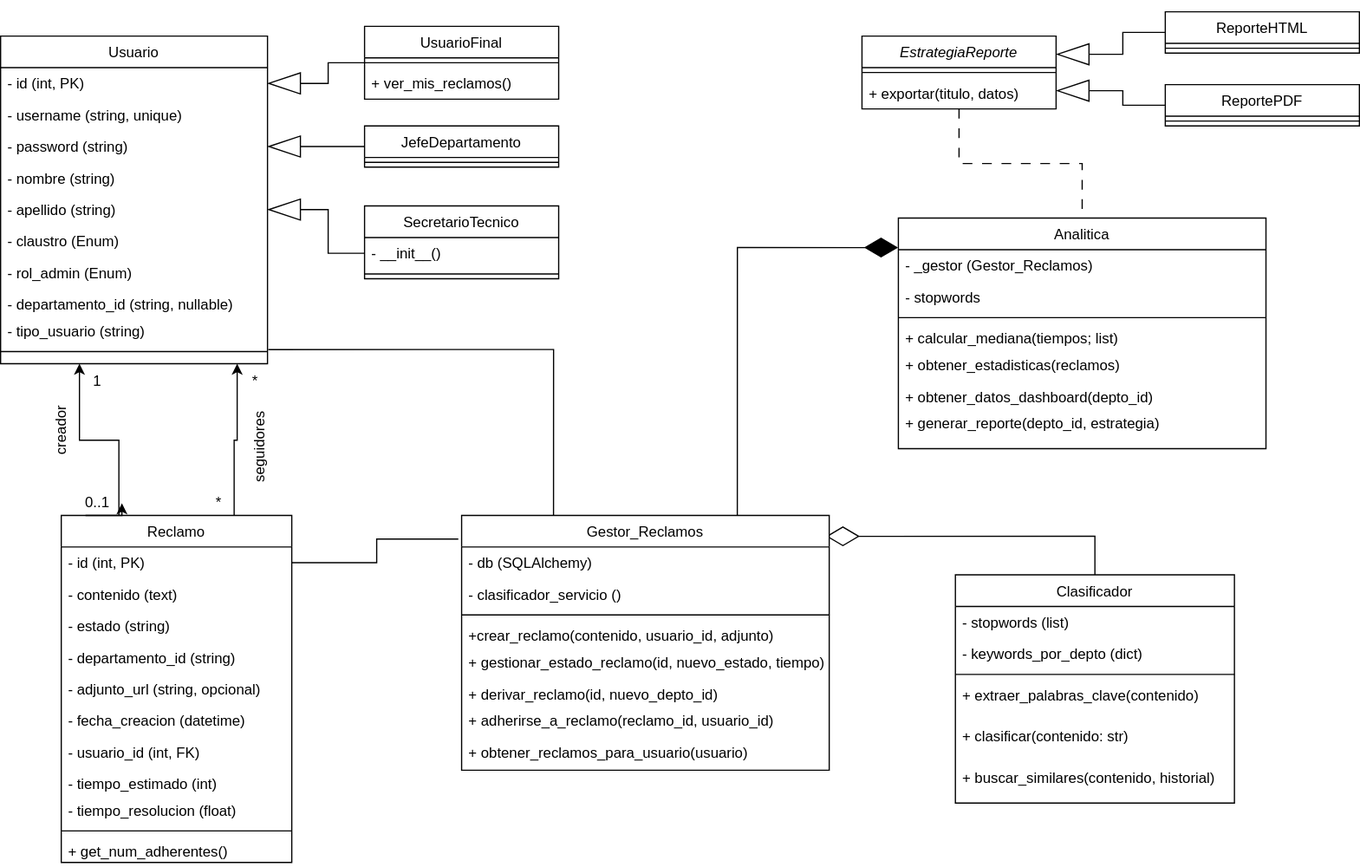
The draw.io diagram docs/UML_TP3.drawio.svg in DinoMondino/Programacion_Avanzada_Final, before a commit. Source tidied: cells renumbered, new cells last; positions are measured from the earlier drawing's top-left corner, leaving out a move shared by most shapes.
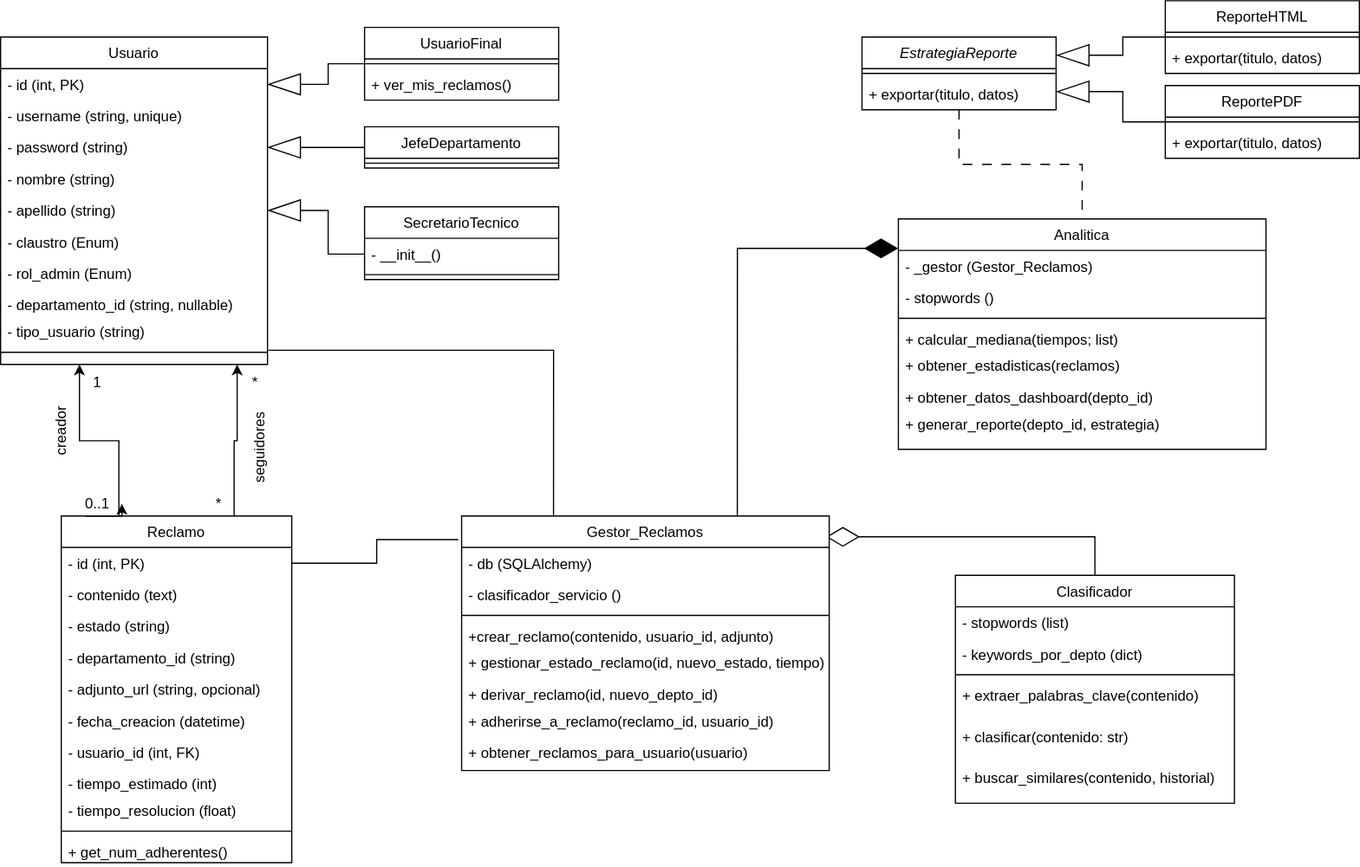
The same diagram one commit later.

Commit message:
uml corregido

The edit, as a diff of the source:
```diff
@@ -192,7 +192,7 @@
     <mxCell id="63" value="- _gestor (Gestor_Reclamos)" style="text;align=left;verticalAlign=top;spacingLeft=4;spacingRight=4;overflow=hidden;" parent="62" vertex="1">
       <mxGeometry y="26" width="303" height="26" as="geometry" />
     </mxCell>
-    <mxCell id="64" value="- stopwords" style="text;align=left;verticalAlign=top;spacingLeft=4;spacingRight=4;overflow=hidden;rounded=0;shadow=0;html=0;" parent="62" vertex="1">
+    <mxCell id="64" value="- stopwords ()" style="text;align=left;verticalAlign=top;spacingLeft=4;spacingRight=4;overflow=hidden;rounded=0;shadow=0;html=0;" parent="62" vertex="1">
       <mxGeometry y="52" width="303" height="26" as="geometry" />
     </mxCell>
     <mxCell id="65" style="line;html=1;strokeWidth=1;align=left;verticalAlign=middle;spacingTop=-1;spacingLeft=3;spacingRight=3;labelPosition=right;" parent="62" vertex="1">
@@ -235,19 +235,25 @@
       <mxGeometry relative="1" as="geometry" />
     </mxCell>
     <mxCell id="78" value="ReporteHTML" style="swimlane;fontStyle=0;align=center;verticalAlign=top;horizontal=1;startSize=26;rounded=0;shadow=0;strokeWidth=1;" parent="1" vertex="1">
-      <mxGeometry x="960" width="160" height="34" as="geometry" />
+      <mxGeometry x="960" y="-10" width="160" height="60" as="geometry" />
     </mxCell>
     <mxCell id="79" style="line;html=1;strokeWidth=1;align=left;verticalAlign=middle;spacingTop=-1;spacingLeft=3;spacingRight=3;labelPosition=right;" parent="78" vertex="1">
       <mxGeometry y="26" width="160" height="8" as="geometry" />
     </mxCell>
+    <mxCell id="83" value="+ exportar(titulo, datos)" style="text;align=left;verticalAlign=top;spacingLeft=4;spacingRight=4;overflow=hidden;" parent="78" vertex="1">
+      <mxGeometry y="34" width="160" height="26" as="geometry" />
+    </mxCell>
     <mxCell id="80" style="edgeStyle=orthogonalEdgeStyle;rounded=0;jettySize=auto;html=1;exitX=0;exitY=0.5;exitDx=0;exitDy=0;entryX=1;entryY=0.75;entryDx=0;entryDy=0;endArrow=blockThin;endFill=0;endSize=25;" parent="1" edge="1" source="81" target="74">
       <mxGeometry relative="1" as="geometry" />
     </mxCell>
     <mxCell id="81" value="ReportePDF" style="swimlane;fontStyle=0;align=center;verticalAlign=top;horizontal=1;startSize=26;rounded=0;shadow=0;strokeWidth=1;" parent="1" vertex="1">
-      <mxGeometry x="960" y="60" width="160" height="34" as="geometry" />
+      <mxGeometry x="960" y="60" width="160" height="60" as="geometry" />
     </mxCell>
     <mxCell id="82" style="line;html=1;strokeWidth=1;align=left;verticalAlign=middle;spacingTop=-1;spacingLeft=3;spacingRight=3;labelPosition=right;" parent="81" vertex="1">
       <mxGeometry y="26" width="160" height="8" as="geometry" />
     </mxCell>
+    <mxCell id="84" value="+ exportar(titulo, datos)" style="text;align=left;verticalAlign=top;spacingLeft=4;spacingRight=4;overflow=hidden;" parent="81" vertex="1">
+      <mxGeometry y="34" width="160" height="26" as="geometry" />
+    </mxCell>
   </root>
 </mxGraphModel>
```
